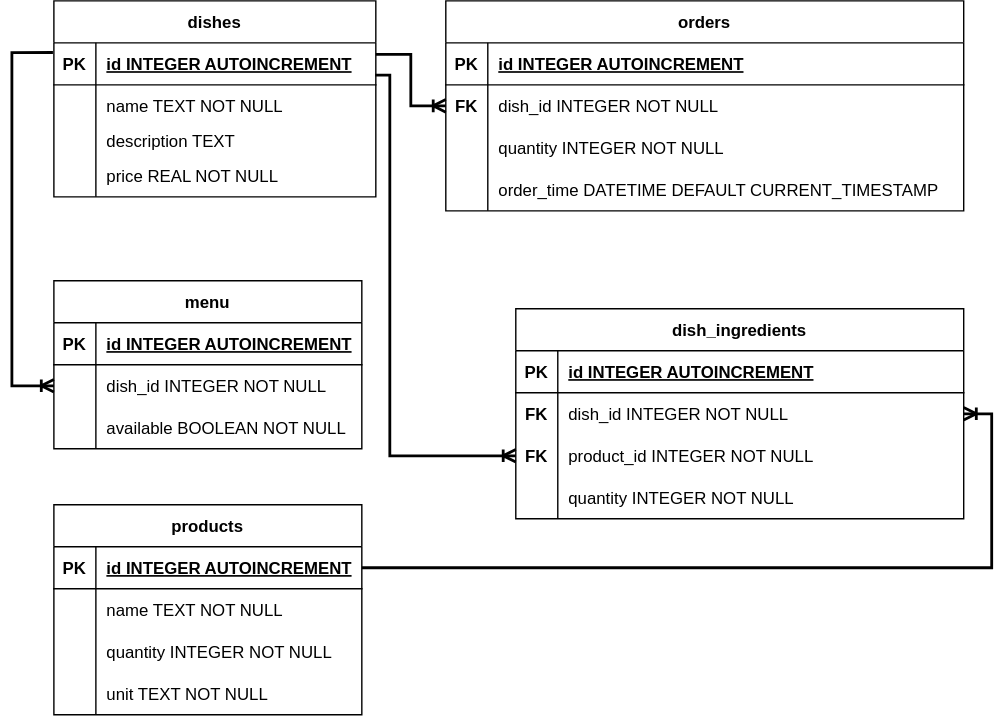
The draw.io diagram docs/db_scheme/sources/db_schema.drawio.svg in wuwunchik/wuwunchik.github.io, before a commit. Source tidied: cells renumbered, new cells last; positions are measured from the earlier drawing's top-left corner, leaving out a move shared by most shapes.
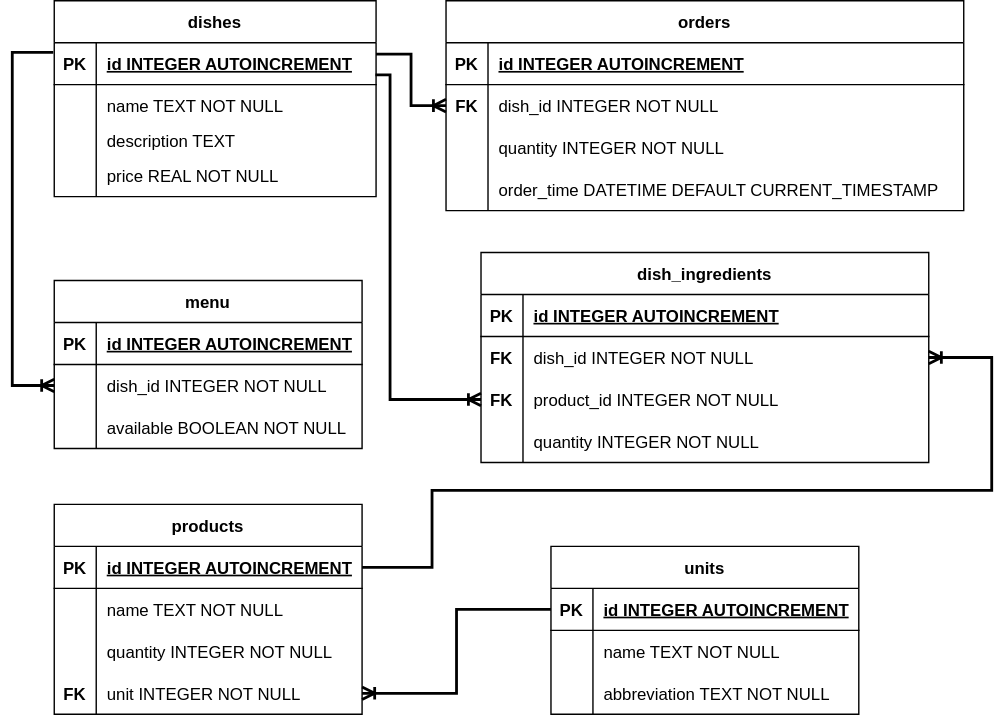
Above is the later version.

Commit message:
fix(db_schema): Добавлена таблица units

The edit, as a diff of the source:
```diff
@@ -35,10 +35,10 @@
     <mxCell id="12" style="shape=tableRow;horizontal=0;startSize=0;swimlaneHead=0;swimlaneBody=0;fillColor=none;points=[[0,0.5],[1,0.5]];portConstraint=eastwest;strokeColor=inherit;top=0;left=0;right=0;bottom=0;" parent="2" vertex="1">
       <mxGeometry y="120" width="220" height="30" as="geometry" />
     </mxCell>
-    <mxCell id="13" style="shape=partialRectangle;overflow=hidden;fillColor=none;strokeColor=inherit;top=0;left=0;bottom=0;right=0;" parent="12" vertex="1">
+    <mxCell id="13" value="FK" style="shape=partialRectangle;overflow=hidden;fillColor=none;strokeColor=inherit;top=0;left=0;bottom=0;right=0;fontStyle=1;" parent="12" vertex="1">
       <mxGeometry width="30" height="30" as="geometry" />
     </mxCell>
-    <mxCell id="14" value="unit TEXT NOT NULL" style="shape=partialRectangle;overflow=hidden;fillColor=none;align=left;strokeColor=inherit;top=0;left=0;bottom=0;right=0;spacingLeft=6;" parent="12" vertex="1">
+    <mxCell id="14" value="unit INTEGER NOT NULL" style="shape=partialRectangle;overflow=hidden;fillColor=none;align=left;strokeColor=inherit;top=0;left=0;bottom=0;right=0;spacingLeft=6;" parent="12" vertex="1">
       <mxGeometry x="30" width="190" height="30" as="geometry" />
     </mxCell>
     <mxCell id="15" value="dishes" style="shape=table;startSize=30;rowLines=0;fontStyle=1;align=center;" parent="1" vertex="1">
@@ -81,7 +81,7 @@
       <mxGeometry x="30" width="200" height="30" as="geometry" />
     </mxCell>
     <mxCell id="28" value="dish_ingredients" style="shape=table;startSize=30;rowLines=0;fontStyle=1;align=center;" parent="1" vertex="1">
-      <mxGeometry x="360" y="220" width="320" height="150" as="geometry" />
+      <mxGeometry x="335" y="180" width="320" height="150" as="geometry" />
     </mxCell>
     <mxCell id="29" style="shape=tableRow;horizontal=0;startSize=0;swimlaneHead=0;swimlaneBody=0;fillColor=none;strokeColor=inherit;top=0;left=0;right=0;bottom=1;" parent="28" vertex="1">
       <mxGeometry y="30" width="320" height="30" as="geometry" />
@@ -203,17 +203,52 @@
       <mxGeometry relative="1" as="geometry">
         <Array as="points">
           <mxPoint x="270" y="53" />
-          <mxPoint x="270" y="325" />
+          <mxPoint x="270" y="285" />
         </Array>
       </mxGeometry>
     </mxCell>
     <mxCell id="67" style="edgeStyle=orthogonalEdgeStyle;fontSize=12;html=1;endArrow=ERoneToMany;rounded=0;strokeWidth=2;exitX=1;exitY=0.5;exitDx=0;exitDy=0;entryX=1;entryY=0.5;entryDx=0;entryDy=0;" parent="1" edge="1" source="3" target="32">
       <mxGeometry relative="1" as="geometry">
         <Array as="points">
-          <mxPoint x="700" y="405" />
-          <mxPoint x="700" y="295" />
+          <mxPoint x="300" y="405" />
+          <mxPoint x="300" y="350" />
+          <mxPoint x="700" y="350" />
+          <mxPoint x="700" y="255" />
         </Array>
       </mxGeometry>
     </mxCell>
+    <mxCell id="68" value="units" style="shape=table;startSize=30;rowLines=0;fontStyle=1;align=center;" parent="1" vertex="1">
+      <mxGeometry x="385" y="390" width="220" height="120" as="geometry" />
+    </mxCell>
+    <mxCell id="69" style="shape=tableRow;horizontal=0;startSize=0;swimlaneHead=0;swimlaneBody=0;fillColor=none;points=[[0,0.5],[1,0.5]];portConstraint=eastwest;strokeColor=inherit;top=0;left=0;right=0;bottom=1;" parent="68" vertex="1">
+      <mxGeometry y="30" width="220" height="30" as="geometry" />
+    </mxCell>
+    <mxCell id="70" value="PK" style="shape=partialRectangle;overflow=hidden;fillColor=none;strokeColor=inherit;top=0;left=0;bottom=0;right=0;fontStyle=1;" parent="69" vertex="1">
+      <mxGeometry width="30" height="30" as="geometry" />
+    </mxCell>
+    <mxCell id="71" value="id INTEGER  AUTOINCREMENT" style="shape=partialRectangle;overflow=hidden;fillColor=none;align=left;strokeColor=inherit;top=0;left=0;bottom=0;right=0;spacingLeft=6;fontStyle=5;" parent="69" vertex="1">
+      <mxGeometry x="30" width="190" height="30" as="geometry" />
+    </mxCell>
+    <mxCell id="72" style="shape=tableRow;horizontal=0;startSize=0;swimlaneHead=0;swimlaneBody=0;fillColor=none;strokeColor=inherit;top=0;left=0;right=0;bottom=0;" parent="68" vertex="1">
+      <mxGeometry y="60" width="220" height="30" as="geometry" />
+    </mxCell>
+    <mxCell id="73" style="shape=partialRectangle;overflow=hidden;fillColor=none;strokeColor=inherit;top=0;left=0;bottom=0;right=0;" parent="72" vertex="1">
+      <mxGeometry width="30" height="30" as="geometry" />
+    </mxCell>
+    <mxCell id="74" value="name TEXT NOT NULL" style="shape=partialRectangle;overflow=hidden;fillColor=none;align=left;strokeColor=inherit;top=0;left=0;bottom=0;right=0;spacingLeft=6;" parent="72" vertex="1">
+      <mxGeometry x="30" width="190" height="30" as="geometry" />
+    </mxCell>
+    <mxCell id="75" style="shape=tableRow;horizontal=0;startSize=0;swimlaneHead=0;swimlaneBody=0;fillColor=none;strokeColor=inherit;top=0;left=0;right=0;bottom=0;" parent="68" vertex="1">
+      <mxGeometry y="90" width="220" height="30" as="geometry" />
+    </mxCell>
+    <mxCell id="76" style="shape=partialRectangle;overflow=hidden;fillColor=none;strokeColor=inherit;top=0;left=0;bottom=0;right=0;" parent="75" vertex="1">
+      <mxGeometry width="30" height="30" as="geometry" />
+    </mxCell>
+    <mxCell id="77" value="abbreviation TEXT NOT NULL" style="shape=partialRectangle;overflow=hidden;fillColor=none;align=left;strokeColor=inherit;top=0;left=0;bottom=0;right=0;spacingLeft=6;" parent="75" vertex="1">
+      <mxGeometry x="30" width="190" height="30" as="geometry" />
+    </mxCell>
+    <mxCell id="78" style="edgeStyle=orthogonalEdgeStyle;fontSize=12;html=1;endArrow=ERoneToMany;rounded=0;strokeWidth=2;exitX=0;exitY=0.5;exitDx=0;exitDy=0;entryX=1;entryY=0.5;entryDx=0;entryDy=0;" parent="1" edge="1" source="69" target="12">
+      <mxGeometry relative="1" as="geometry" />
+    </mxCell>
   </root>
 </mxGraphModel>
```
